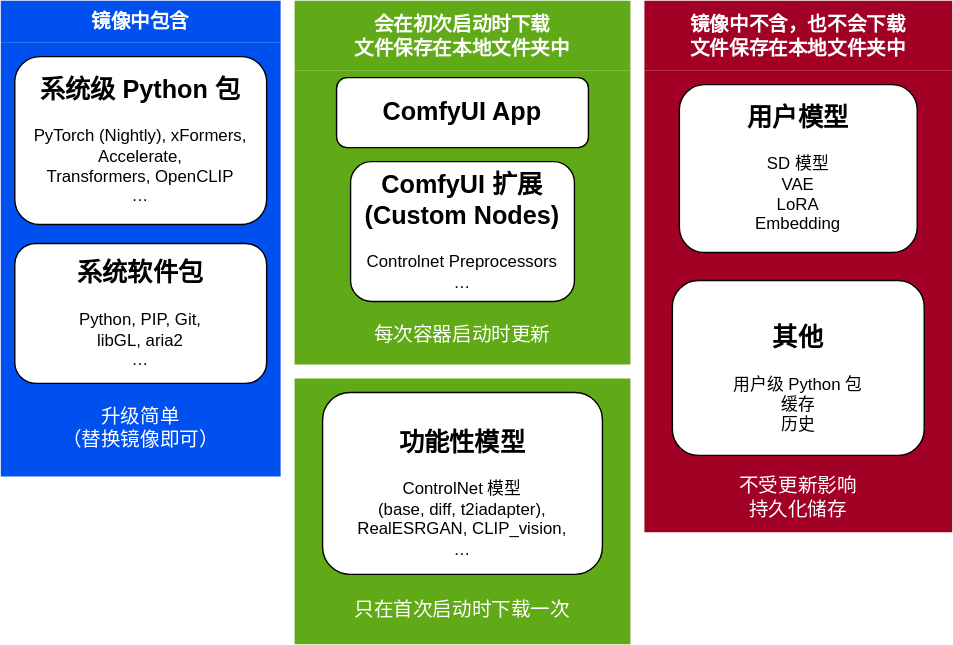
The draw.io diagram docs/chart-concept.zh.svg in YanWenKun/ComfyUI-Docker, before a commit. Source tidied: cells renumbered, new cells last; positions are measured from the earlier drawing's top-left corner, leaving out a move shared by most shapes. Source of this version:
```xml
<mxGraphModel>
  <root>
    <mxCell id="0" />
    <mxCell id="1" parent="0" />
    <mxCell id="2" value="镜像中包含" style="swimlane;whiteSpace=wrap;html=1;fillColor=#0050ef;strokeColor=none;fontColor=#ffffff;fillStyle=auto;swimlaneFillColor=#0050EF;fontSize=14;fontFamily=Helvetica;swimlaneLine=0;shadow=0;rounded=0;glass=0;startSize=30;" parent="1" vertex="1">
      <mxGeometry width="200" height="340" as="geometry" />
    </mxCell>
    <mxCell id="3" value="&lt;h2&gt;系统级 Python 包&lt;/h2&gt;&lt;div&gt;PyTorch (Nightly), xFormers, Accelerate,&lt;/div&gt;&lt;div&gt;Transformers, OpenCLIP&lt;/div&gt;&lt;div&gt;…&lt;/div&gt;&lt;div&gt;&lt;br&gt;&lt;/div&gt;" style="rounded=1;whiteSpace=wrap;html=1;" parent="2" vertex="1">
      <mxGeometry x="10" y="40" width="180" height="120" as="geometry" />
    </mxCell>
    <mxCell id="4" value="&lt;h2&gt;系统软件包&lt;/h2&gt;&lt;div&gt;Python, PIP, Git,&lt;/div&gt;libGL, aria2&lt;span style=&quot;background-color: initial;&quot;&gt;&lt;br&gt;…&lt;br&gt;&lt;br&gt;&lt;/span&gt;" style="rounded=1;whiteSpace=wrap;html=1;" parent="2" vertex="1">
      <mxGeometry x="10" y="173.5" width="180" height="100" as="geometry" />
    </mxCell>
    <mxCell id="5" value="&lt;div&gt;升级简单&lt;/div&gt;&lt;div&gt;（替换镜像即可）&lt;/div&gt;" style="text;html=1;align=center;verticalAlign=middle;whiteSpace=wrap;rounded=0;fontColor=#FFFFFF;fontSize=14;" parent="2" vertex="1">
      <mxGeometry x="30" y="290" width="140" height="30" as="geometry" />
    </mxCell>
    <mxCell id="6" value="&lt;div&gt;会在初次启动时下载&lt;/div&gt;&lt;div&gt;文件保存在本地文件夹中&lt;/div&gt;" style="swimlane;whiteSpace=wrap;html=1;startSize=50;fillColor=#60a917;fontColor=#ffffff;strokeColor=none;fontSize=14;fontFamily=Helvetica;swimlaneFillColor=#60A917;swimlaneLine=0;shadow=0;glass=0;" parent="1" vertex="1">
      <mxGeometry x="210" width="240" height="260" as="geometry" />
    </mxCell>
    <mxCell id="7" value="&lt;h2&gt;ComfyUI App&lt;/h2&gt;" style="rounded=1;whiteSpace=wrap;html=1;" parent="6" vertex="1">
      <mxGeometry x="30" y="55" width="180" height="50" as="geometry" />
    </mxCell>
    <mxCell id="8" value="&lt;h2&gt;ComfyUI 扩展(Custom Nodes)&lt;/h2&gt;&lt;div&gt;Controlnet Preprocessors&lt;br&gt;&lt;/div&gt;&lt;div&gt;…&lt;/div&gt;&lt;div&gt;&lt;br&gt;&lt;/div&gt;" style="rounded=1;whiteSpace=wrap;html=1;" parent="6" vertex="1">
      <mxGeometry x="40" y="115" width="160" height="100" as="geometry" />
    </mxCell>
    <mxCell id="9" value="&lt;div&gt;每次容器启动时更新&lt;/div&gt;" style="text;html=1;align=center;verticalAlign=middle;whiteSpace=wrap;rounded=0;fontColor=#FFFFFF;fontSize=14;" parent="6" vertex="1">
      <mxGeometry x="35" y="224" width="170" height="30" as="geometry" />
    </mxCell>
    <mxCell id="10" value="&lt;div&gt;镜像中不含，也不会下载&lt;/div&gt;&lt;div&gt;文件保存在本地文件夹中&lt;/div&gt;" style="swimlane;whiteSpace=wrap;html=1;fontSize=14;fillColor=#a20025;fontColor=#ffffff;strokeColor=none;swimlaneLine=0;swimlaneFillColor=#A20025;startSize=50;" parent="1" vertex="1">
      <mxGeometry x="460" width="220" height="380" as="geometry" />
    </mxCell>
    <mxCell id="11" value="&lt;h2&gt;用户模型&lt;/h2&gt;&lt;div&gt;&lt;div&gt;SD 模型&lt;/div&gt;&lt;div&gt;VAE&lt;/div&gt;&lt;div&gt;LoRA&lt;/div&gt;&lt;div&gt;Embedding&lt;/div&gt;&lt;/div&gt;&lt;div&gt;&lt;br&gt;&lt;/div&gt;" style="rounded=1;whiteSpace=wrap;html=1;" parent="10" vertex="1">
      <mxGeometry x="25" y="60" width="170" height="120" as="geometry" />
    </mxCell>
    <mxCell id="12" value="&lt;h2&gt;其他&lt;/h2&gt;用户级 Python 包&lt;div&gt;缓存&lt;/div&gt;&lt;div&gt;历史&lt;/div&gt;" style="rounded=1;whiteSpace=wrap;html=1;glass=0;" parent="10" vertex="1">
      <mxGeometry x="20" y="200" width="180" height="125" as="geometry" />
    </mxCell>
    <mxCell id="13" value="&lt;div&gt;不受更新影响&lt;/div&gt;&lt;div&gt;持久化储存&lt;/div&gt;" style="text;html=1;align=center;verticalAlign=middle;whiteSpace=wrap;rounded=0;fontColor=#FFFFFF;fontSize=14;" parent="10" vertex="1">
      <mxGeometry x="25" y="340" width="170" height="30" as="geometry" />
    </mxCell>
    <mxCell id="14" style="swimlane;startSize=0;strokeColor=none;swimlaneLine=0;fillColor=none;swimlaneFillColor=#60A917;" parent="1" vertex="1">
      <mxGeometry x="210" y="270" width="240" height="190" as="geometry" />
    </mxCell>
    <mxCell id="15" value="&lt;h2&gt;功能性模型&lt;/h2&gt;&lt;div&gt;ControlNet 模型&lt;/div&gt;&lt;div&gt;(base, diff,&amp;nbsp;t2iadapter),&lt;/div&gt;&lt;div&gt;RealESRGAN,&amp;nbsp;&lt;span style=&quot;background-color: initial;&quot;&gt;CLIP_vision,&lt;/span&gt;&lt;/div&gt;&lt;div&gt;…&lt;/div&gt;" style="rounded=1;whiteSpace=wrap;html=1;" parent="14" vertex="1">
      <mxGeometry x="20" y="10" width="200" height="130" as="geometry" />
    </mxCell>
    <mxCell id="16" value="只在首次启动时下载一次" style="text;html=1;align=center;verticalAlign=middle;whiteSpace=wrap;rounded=0;fontColor=#FFFFFF;fontSize=14;" parent="14" vertex="1">
      <mxGeometry x="35" y="150" width="170" height="30" as="geometry" />
    </mxCell>
  </root>
</mxGraphModel>
```
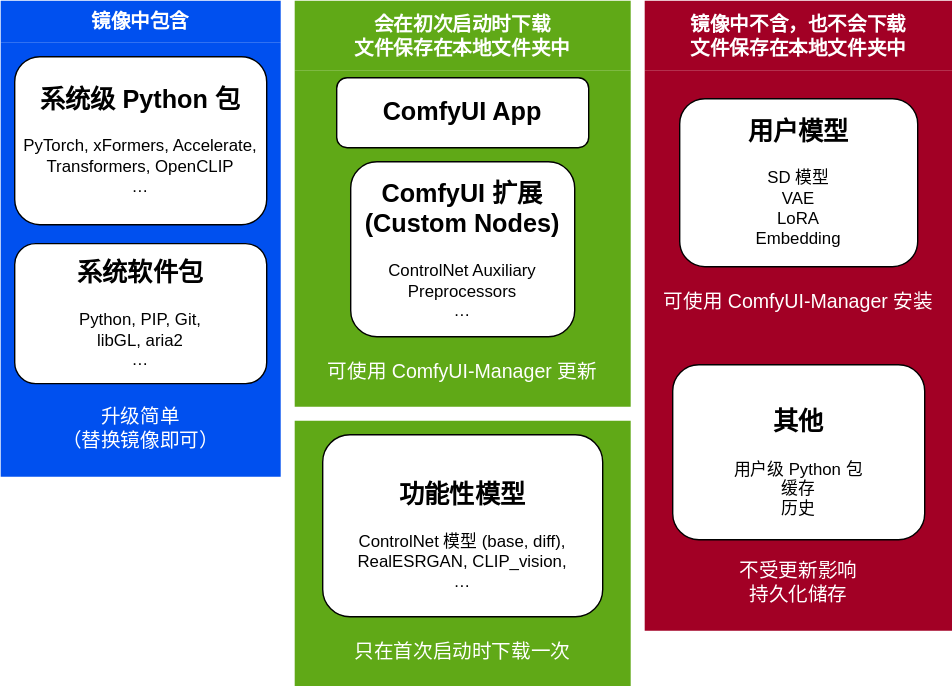
After the commit.

The edit, as a diff of the source:
```diff
@@ -5,7 +5,7 @@
     <mxCell id="2" value="镜像中包含" style="swimlane;whiteSpace=wrap;html=1;fillColor=#0050ef;strokeColor=none;fontColor=#ffffff;fillStyle=auto;swimlaneFillColor=#0050EF;fontSize=14;fontFamily=Helvetica;swimlaneLine=0;shadow=0;rounded=0;glass=0;startSize=30;" parent="1" vertex="1">
       <mxGeometry width="200" height="340" as="geometry" />
     </mxCell>
-    <mxCell id="3" value="&lt;h2&gt;系统级 Python 包&lt;/h2&gt;&lt;div&gt;PyTorch (Nightly), xFormers, Accelerate,&lt;/div&gt;&lt;div&gt;Transformers, OpenCLIP&lt;/div&gt;&lt;div&gt;…&lt;/div&gt;&lt;div&gt;&lt;br&gt;&lt;/div&gt;" style="rounded=1;whiteSpace=wrap;html=1;" parent="2" vertex="1">
+    <mxCell id="3" value="&lt;h2&gt;系统级 Python 包&lt;/h2&gt;&lt;div&gt;PyTorch, xFormers, Accelerate,&lt;/div&gt;&lt;div&gt;Transformers, OpenCLIP&lt;/div&gt;&lt;div&gt;…&lt;/div&gt;&lt;div&gt;&lt;br&gt;&lt;/div&gt;" style="rounded=1;whiteSpace=wrap;html=1;" parent="2" vertex="1">
       <mxGeometry x="10" y="40" width="180" height="120" as="geometry" />
     </mxCell>
     <mxCell id="4" value="&lt;h2&gt;系统软件包&lt;/h2&gt;&lt;div&gt;Python, PIP, Git,&lt;/div&gt;libGL, aria2&lt;span style=&quot;background-color: initial;&quot;&gt;&lt;br&gt;…&lt;br&gt;&lt;br&gt;&lt;/span&gt;" style="rounded=1;whiteSpace=wrap;html=1;" parent="2" vertex="1">
@@ -15,33 +15,36 @@
       <mxGeometry x="30" y="290" width="140" height="30" as="geometry" />
     </mxCell>
     <mxCell id="6" value="&lt;div&gt;会在初次启动时下载&lt;/div&gt;&lt;div&gt;文件保存在本地文件夹中&lt;/div&gt;" style="swimlane;whiteSpace=wrap;html=1;startSize=50;fillColor=#60a917;fontColor=#ffffff;strokeColor=none;fontSize=14;fontFamily=Helvetica;swimlaneFillColor=#60A917;swimlaneLine=0;shadow=0;glass=0;" parent="1" vertex="1">
-      <mxGeometry x="210" width="240" height="260" as="geometry" />
+      <mxGeometry x="210" width="240" height="290" as="geometry" />
     </mxCell>
     <mxCell id="7" value="&lt;h2&gt;ComfyUI App&lt;/h2&gt;" style="rounded=1;whiteSpace=wrap;html=1;" parent="6" vertex="1">
       <mxGeometry x="30" y="55" width="180" height="50" as="geometry" />
     </mxCell>
-    <mxCell id="8" value="&lt;h2&gt;ComfyUI 扩展(Custom Nodes)&lt;/h2&gt;&lt;div&gt;Controlnet Preprocessors&lt;br&gt;&lt;/div&gt;&lt;div&gt;…&lt;/div&gt;&lt;div&gt;&lt;br&gt;&lt;/div&gt;" style="rounded=1;whiteSpace=wrap;html=1;" parent="6" vertex="1">
-      <mxGeometry x="40" y="115" width="160" height="100" as="geometry" />
+    <mxCell id="8" value="&lt;h2&gt;ComfyUI 扩展(Custom Nodes)&lt;/h2&gt;&lt;div&gt;ControlNet Auxiliary Preprocessors&lt;br&gt;&lt;/div&gt;&lt;div&gt;…&lt;/div&gt;&lt;div&gt;&lt;br&gt;&lt;/div&gt;" style="rounded=1;whiteSpace=wrap;html=1;" parent="6" vertex="1">
+      <mxGeometry x="40" y="115" width="160" height="125" as="geometry" />
     </mxCell>
-    <mxCell id="9" value="&lt;div&gt;每次容器启动时更新&lt;/div&gt;" style="text;html=1;align=center;verticalAlign=middle;whiteSpace=wrap;rounded=0;fontColor=#FFFFFF;fontSize=14;" parent="6" vertex="1">
-      <mxGeometry x="35" y="224" width="170" height="30" as="geometry" />
+    <mxCell id="9" value="&lt;div&gt;可使用 ComfyUI-Manager&amp;nbsp;&lt;span style=&quot;background-color: initial;&quot;&gt;更新&lt;/span&gt;&lt;/div&gt;" style="text;html=1;align=center;verticalAlign=middle;whiteSpace=wrap;rounded=0;fontColor=#FFFFFF;fontSize=14;" parent="6" vertex="1">
+      <mxGeometry y="250" width="240" height="30" as="geometry" />
     </mxCell>
     <mxCell id="10" value="&lt;div&gt;镜像中不含，也不会下载&lt;/div&gt;&lt;div&gt;文件保存在本地文件夹中&lt;/div&gt;" style="swimlane;whiteSpace=wrap;html=1;fontSize=14;fillColor=#a20025;fontColor=#ffffff;strokeColor=none;swimlaneLine=0;swimlaneFillColor=#A20025;startSize=50;" parent="1" vertex="1">
-      <mxGeometry x="460" width="220" height="380" as="geometry" />
+      <mxGeometry x="460" width="220" height="450" as="geometry" />
     </mxCell>
     <mxCell id="11" value="&lt;h2&gt;用户模型&lt;/h2&gt;&lt;div&gt;&lt;div&gt;SD 模型&lt;/div&gt;&lt;div&gt;VAE&lt;/div&gt;&lt;div&gt;LoRA&lt;/div&gt;&lt;div&gt;Embedding&lt;/div&gt;&lt;/div&gt;&lt;div&gt;&lt;br&gt;&lt;/div&gt;" style="rounded=1;whiteSpace=wrap;html=1;" parent="10" vertex="1">
-      <mxGeometry x="25" y="60" width="170" height="120" as="geometry" />
+      <mxGeometry x="25" y="70" width="170" height="120" as="geometry" />
     </mxCell>
     <mxCell id="12" value="&lt;h2&gt;其他&lt;/h2&gt;用户级 Python 包&lt;div&gt;缓存&lt;/div&gt;&lt;div&gt;历史&lt;/div&gt;" style="rounded=1;whiteSpace=wrap;html=1;glass=0;" parent="10" vertex="1">
-      <mxGeometry x="20" y="200" width="180" height="125" as="geometry" />
+      <mxGeometry x="20" y="260" width="180" height="125" as="geometry" />
     </mxCell>
     <mxCell id="13" value="&lt;div&gt;不受更新影响&lt;/div&gt;&lt;div&gt;持久化储存&lt;/div&gt;" style="text;html=1;align=center;verticalAlign=middle;whiteSpace=wrap;rounded=0;fontColor=#FFFFFF;fontSize=14;" parent="10" vertex="1">
-      <mxGeometry x="25" y="340" width="170" height="30" as="geometry" />
+      <mxGeometry x="25" y="400" width="170" height="30" as="geometry" />
     </mxCell>
+    <mxCell id="17" value="可使用 ComfyUI-Manager 安装" style="text;html=1;align=center;verticalAlign=middle;whiteSpace=wrap;rounded=0;fontColor=#FFFFFF;fontSize=14;" parent="10" vertex="1">
+      <mxGeometry y="200" width="220" height="30" as="geometry" />
+    </mxCell>
     <mxCell id="14" style="swimlane;startSize=0;strokeColor=none;swimlaneLine=0;fillColor=none;swimlaneFillColor=#60A917;" parent="1" vertex="1">
-      <mxGeometry x="210" y="270" width="240" height="190" as="geometry" />
+      <mxGeometry x="210" y="300" width="240" height="190" as="geometry" />
     </mxCell>
-    <mxCell id="15" value="&lt;h2&gt;功能性模型&lt;/h2&gt;&lt;div&gt;ControlNet 模型&lt;/div&gt;&lt;div&gt;(base, diff,&amp;nbsp;t2iadapter),&lt;/div&gt;&lt;div&gt;RealESRGAN,&amp;nbsp;&lt;span style=&quot;background-color: initial;&quot;&gt;CLIP_vision,&lt;/span&gt;&lt;/div&gt;&lt;div&gt;…&lt;/div&gt;" style="rounded=1;whiteSpace=wrap;html=1;" parent="14" vertex="1">
+    <mxCell id="15" value="&lt;h2&gt;功能性模型&lt;/h2&gt;&lt;div&gt;ControlNet 模型&amp;nbsp;&lt;span style=&quot;background-color: initial;&quot;&gt;(base, diff),&lt;/span&gt;&lt;/div&gt;&lt;div&gt;RealESRGAN,&amp;nbsp;&lt;span style=&quot;background-color: initial;&quot;&gt;CLIP_vision,&lt;/span&gt;&lt;/div&gt;&lt;div&gt;…&lt;/div&gt;" style="rounded=1;whiteSpace=wrap;html=1;" parent="14" vertex="1">
       <mxGeometry x="20" y="10" width="200" height="130" as="geometry" />
     </mxCell>
     <mxCell id="16" value="只在首次启动时下载一次" style="text;html=1;align=center;verticalAlign=middle;whiteSpace=wrap;rounded=0;fontColor=#FFFFFF;fontSize=14;" parent="14" vertex="1">
```
